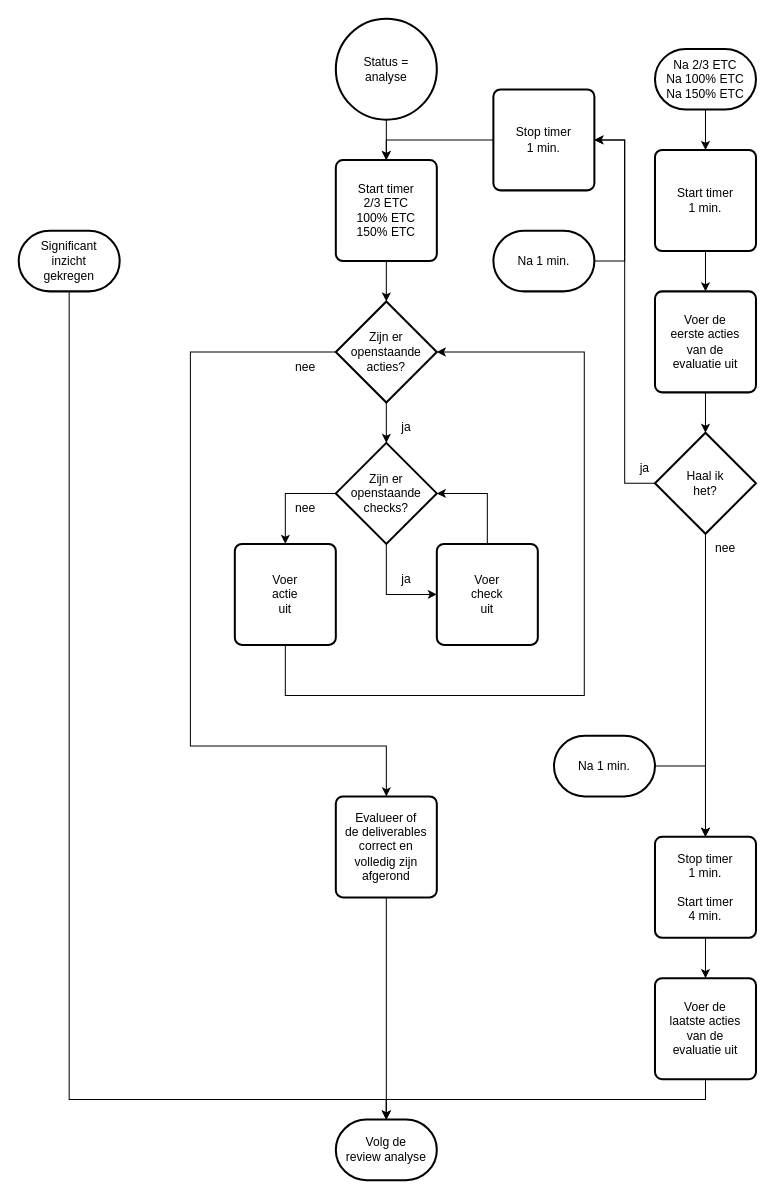
This is 3 Issue Tracker analyse.drawio from Zaibatsu89/IssueTracker, a draw.io file, before an edit. Source tidied: cells renumbered, new cells numbered last; positions are measured from the earlier drawing's top-left corner, leaving out a move shared by most shapes. Both pictures are drawn from the tidied source at 101%, with x=0, y=0 at pixel (18, 18).
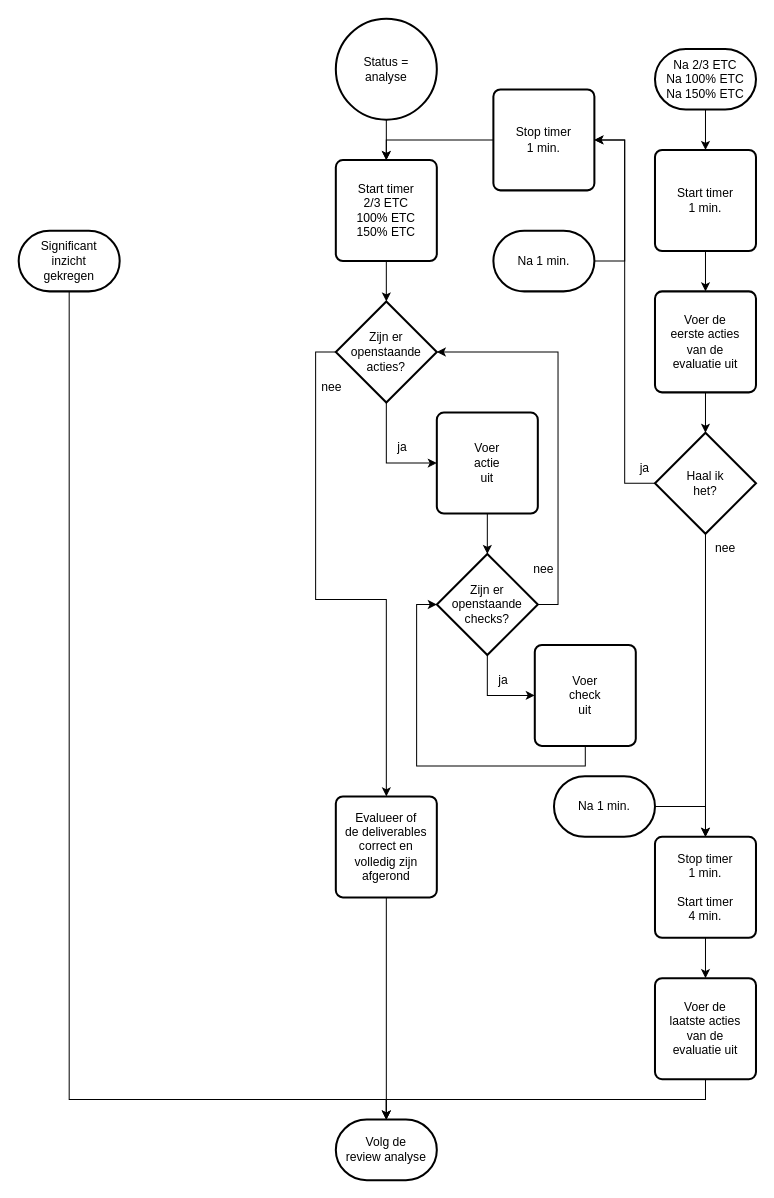
Above is the later version.

Unchanged cells that the change refers to:
```xml
<mxCell id="5" value="Start timer&lt;br&gt;2/3 ETC&lt;br&gt;100% ETC&lt;br&gt;150% ETC" style="rounded=1;whiteSpace=wrap;html=1;absoluteArcSize=1;arcSize=14;strokeWidth=2;" parent="1" vertex="1">
  <mxGeometry x="314" y="140" width="100" height="100" as="geometry" />
</mxCell>
<mxCell id="21" value="Evalueer of&lt;br&gt;de deliverables&lt;br&gt;correct en&lt;br&gt;volledig zijn&lt;br&gt;afgerond" style="rounded=1;whiteSpace=wrap;html=1;absoluteArcSize=1;arcSize=14;strokeWidth=2;" parent="1" vertex="1">
  <mxGeometry x="314" y="770" width="100" height="100" as="geometry" />
</mxCell>
```

What changed in the source:
```diff
@@
-    <mxCell id="4" style="edgeStyle=orthogonalEdgeStyle;rounded=0;jettySize=auto;html=1;" parent="1" edge="1" source="5" target="7">
-      <mxGeometry relative="1" as="geometry" />
-    </mxCell>
@@
-    <mxCell id="6" style="edgeStyle=orthogonalEdgeStyle;rounded=0;jettySize=auto;html=1;" parent="1" edge="1" source="7" target="10">
-      <mxGeometry relative="1" as="geometry" />
-    </mxCell>
-    <mxCell id="7" value="Zijn er&lt;br&gt;openstaande&lt;br&gt;acties?" style="strokeWidth=2;html=1;shape=mxgraph.flowchart.decision;whiteSpace=wrap;" parent="1" vertex="1">
-      <mxGeometry x="314" y="280" width="100" height="100" as="geometry" />
-    </mxCell>
-    <mxCell id="8" style="edgeStyle=orthogonalEdgeStyle;rounded=0;jettySize=auto;html=1;exitX=0.5;exitY=1;exitDx=0;exitDy=0;exitPerimeter=0;entryX=0;entryY=0.5;entryDx=0;entryDy=0;" parent="1" edge="1" source="10" target="12">
-      <mxGeometry relative="1" as="geometry" />
-    </mxCell>
-    <mxCell id="9" style="edgeStyle=orthogonalEdgeStyle;rounded=0;jettySize=auto;html=1;exitX=0;exitY=0.5;exitDx=0;exitDy=0;exitPerimeter=0;entryX=0.5;entryY=0;entryDx=0;entryDy=0;" parent="1" edge="1" source="10" target="15">
-      <mxGeometry relative="1" as="geometry" />
-    </mxCell>
-    <mxCell id="10" value="Zijn er&lt;br&gt;openstaande&lt;br&gt;checks?" style="strokeWidth=2;html=1;shape=mxgraph.flowchart.decision;whiteSpace=wrap;" parent="1" vertex="1">
-      <mxGeometry x="314" y="420" width="100" height="100" as="geometry" />
-    </mxCell>
-    <mxCell id="11" value="ja" style="text;html=1;whiteSpace=wrap;strokeColor=none;fillColor=none;align=center;verticalAlign=middle;rounded=0;" parent="1" vertex="1">
-      <mxGeometry x="354" y="390" width="60" height="30" as="geometry" />
-    </mxCell>
-    <mxCell id="12" value="Voer&lt;br&gt;check&lt;br&gt;uit" style="rounded=1;whiteSpace=wrap;html=1;absoluteArcSize=1;arcSize=14;strokeWidth=2;" parent="1" vertex="1">
-      <mxGeometry x="414" y="520" width="100" height="100" as="geometry" />
-    </mxCell>
-    <mxCell id="13" style="edgeStyle=orthogonalEdgeStyle;rounded=0;jettySize=auto;html=1;exitX=0.5;exitY=0;exitDx=0;exitDy=0;entryX=1;entryY=0.5;entryDx=0;entryDy=0;entryPerimeter=0;" parent="1" edge="1" source="12" target="10">
-      <mxGeometry relative="1" as="geometry" />
-    </mxCell>
-    <mxCell id="14" value="ja" style="text;html=1;whiteSpace=wrap;strokeColor=none;fillColor=none;align=center;verticalAlign=middle;rounded=0;" parent="1" vertex="1">
-      <mxGeometry x="354" y="540" width="60" height="30" as="geometry" />
-    </mxCell>
-    <mxCell id="15" value="Voer&lt;br&gt;actie&lt;br&gt;uit" style="rounded=1;whiteSpace=wrap;html=1;absoluteArcSize=1;arcSize=14;strokeWidth=2;" parent="1" vertex="1">
-      <mxGeometry x="214" y="520" width="100" height="100" as="geometry" />
-    </mxCell>
-    <mxCell id="16" value="nee" style="text;html=1;whiteSpace=wrap;strokeColor=none;fillColor=none;align=center;verticalAlign=middle;rounded=0;" parent="1" vertex="1">
-      <mxGeometry x="254" y="470" width="60" height="30" as="geometry" />
-    </mxCell>
-    <mxCell id="17" style="edgeStyle=orthogonalEdgeStyle;rounded=0;jettySize=auto;html=1;exitX=0.5;exitY=1;exitDx=0;exitDy=0;entryX=1;entryY=0.5;entryDx=0;entryDy=0;entryPerimeter=0;" parent="1" edge="1" source="15" target="7">
-      <mxGeometry relative="1" as="geometry">
-        <Array as="points">
-          <mxPoint x="264" y="670" />
-          <mxPoint x="560" y="670" />
-          <mxPoint x="560" y="330" />
-        </Array>
-      </mxGeometry>
-    </mxCell>
-    <mxCell id="18" style="edgeStyle=orthogonalEdgeStyle;rounded=0;jettySize=auto;html=1;exitX=0;exitY=0.5;exitDx=0;exitDy=0;exitPerimeter=0;entryX=0.5;entryY=0;entryDx=0;entryDy=0;" parent="1" edge="1" source="7" target="21">
-      <mxGeometry relative="1" as="geometry">
-        <Array as="points">
-          <mxPoint x="170" y="330" />
-          <mxPoint x="170" y="720" />
-          <mxPoint x="364" y="720" />
-        </Array>
-      </mxGeometry>
-    </mxCell>
-    <mxCell id="19" value="nee" style="text;html=1;whiteSpace=wrap;strokeColor=none;fillColor=none;align=center;verticalAlign=middle;rounded=0;" parent="1" vertex="1">
-      <mxGeometry x="254" y="330" width="60" height="30" as="geometry" />
-    </mxCell>
@@
     <mxCell id="42" value="Na 1 min." style="strokeWidth=2;html=1;shape=mxgraph.flowchart.terminator;whiteSpace=wrap;" parent="1" vertex="1">
-      <mxGeometry x="530" y="710" width="100" height="60" as="geometry" />
+      <mxGeometry x="530" y="750" width="100" height="60" as="geometry" />
     </mxCell>
@@
+    <mxCell id="46" style="edgeStyle=orthogonalEdgeStyle;rounded=0;jettySize=auto;html=1;exitX=0.5;exitY=1;exitDx=0;exitDy=0;exitPerimeter=0;entryX=0;entryY=0.5;entryDx=0;entryDy=0;" parent="1" edge="1" source="7" target="15">
+      <mxGeometry relative="1" as="geometry" />
+    </mxCell>
+    <mxCell id="18" style="edgeStyle=orthogonalEdgeStyle;rounded=0;jettySize=auto;html=1;exitX=0;exitY=0.5;exitDx=0;exitDy=0;exitPerimeter=0;entryX=0.5;entryY=0;entryDx=0;entryDy=0;" parent="1" edge="1" source="7" target="21">
+      <mxGeometry relative="1" as="geometry" />
+    </mxCell>
+    <mxCell id="7" value="Zijn er&lt;br&gt;openstaande&lt;br&gt;acties?" style="strokeWidth=2;html=1;shape=mxgraph.flowchart.decision;whiteSpace=wrap;" parent="1" vertex="1">
+      <mxGeometry x="314" y="280" width="100" height="100" as="geometry" />
+    </mxCell>
+    <mxCell id="8" style="edgeStyle=orthogonalEdgeStyle;rounded=0;jettySize=auto;html=1;exitX=0.5;exitY=1;exitDx=0;exitDy=0;entryX=0;entryY=0.5;entryDx=0;entryDy=0;exitPerimeter=0;" parent="1" edge="1" source="10" target="12">
+      <mxGeometry relative="1" as="geometry" />
+    </mxCell>
+    <mxCell id="10" value="Zijn er&lt;br&gt;openstaande&lt;br&gt;checks?" style="strokeWidth=2;html=1;shape=mxgraph.flowchart.decision;whiteSpace=wrap;" parent="1" vertex="1">
+      <mxGeometry x="414" y="530" width="100" height="100" as="geometry" />
+    </mxCell>
+    <mxCell id="47" value="ja" style="text;html=1;whiteSpace=wrap;strokeColor=none;fillColor=none;align=center;verticalAlign=middle;rounded=0;" parent="1" vertex="1">
+      <mxGeometry x="450" y="640" width="60" height="30" as="geometry" />
+    </mxCell>
+    <mxCell id="12" value="Voer&lt;br&gt;check&lt;br&gt;uit" style="rounded=1;whiteSpace=wrap;html=1;absoluteArcSize=1;arcSize=14;strokeWidth=2;" parent="1" vertex="1">
+      <mxGeometry x="511" y="620" width="100" height="100" as="geometry" />
+    </mxCell>
+    <mxCell id="48" value="ja" style="text;html=1;whiteSpace=wrap;strokeColor=none;fillColor=none;align=center;verticalAlign=middle;rounded=0;" parent="1" vertex="1">
+      <mxGeometry x="350" y="410" width="60" height="30" as="geometry" />
+    </mxCell>
+    <mxCell id="49" style="edgeStyle=orthogonalEdgeStyle;rounded=0;jettySize=auto;html=1;" parent="1" edge="1" source="15" target="10">
+      <mxGeometry relative="1" as="geometry" />
+    </mxCell>
+    <mxCell id="15" value="Voer&lt;br&gt;actie&lt;br&gt;uit" style="rounded=1;whiteSpace=wrap;html=1;absoluteArcSize=1;arcSize=14;strokeWidth=2;" parent="1" vertex="1">
+      <mxGeometry x="414" y="390" width="100" height="100" as="geometry" />
+    </mxCell>
+    <mxCell id="50" value="nee" style="text;html=1;whiteSpace=wrap;strokeColor=none;fillColor=none;align=center;verticalAlign=middle;rounded=0;" parent="1" vertex="1">
+      <mxGeometry x="490" y="530" width="60" height="30" as="geometry" />
+    </mxCell>
+    <mxCell id="51" value="nee" style="text;html=1;whiteSpace=wrap;strokeColor=none;fillColor=none;align=center;verticalAlign=middle;rounded=0;" parent="1" vertex="1">
+      <mxGeometry x="280" y="350" width="60" height="30" as="geometry" />
+    </mxCell>
+    <mxCell id="13" style="edgeStyle=orthogonalEdgeStyle;rounded=0;jettySize=auto;html=1;exitX=0.5;exitY=1;exitDx=0;exitDy=0;entryX=0;entryY=0.5;entryDx=0;entryDy=0;entryPerimeter=0;" parent="1" edge="1" source="12" target="10">
+      <mxGeometry relative="1" as="geometry" />
+    </mxCell>
+    <mxCell id="52" style="edgeStyle=orthogonalEdgeStyle;rounded=0;jettySize=auto;html=1;exitX=1;exitY=0.5;exitDx=0;exitDy=0;exitPerimeter=0;entryX=1;entryY=0.5;entryDx=0;entryDy=0;entryPerimeter=0;" parent="1" edge="1" source="10" target="7">
+      <mxGeometry relative="1" as="geometry" />
+    </mxCell>
+    <mxCell id="4" style="edgeStyle=orthogonalEdgeStyle;rounded=0;jettySize=auto;html=1;exitX=0.5;exitY=1;exitDx=0;exitDy=0;entryX=0.5;entryY=0;entryDx=0;entryDy=0;entryPerimeter=0;" parent="1" edge="1" source="5" target="7">
+      <mxGeometry relative="1" as="geometry" />
+    </mxCell>
```
